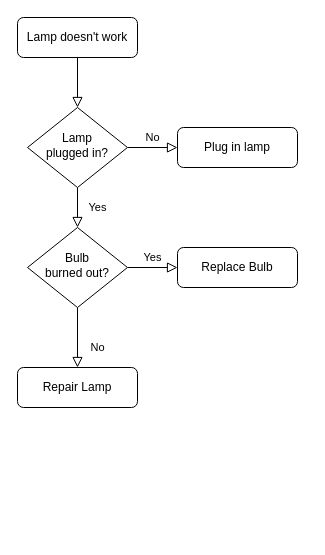
Lukasz2506/Drafts keeps this draw.io diagram as Diagram bez tytułu.drawio. Above is the earlier version. Source tidied: cells renumbered, new cells numbered last; positions are measured from the earlier drawing's top-left corner, leaving out a move shared by most shapes. Both pictures are drawn from the tidied source at 100%, with x=0, y=0 at pixel (17, 17).
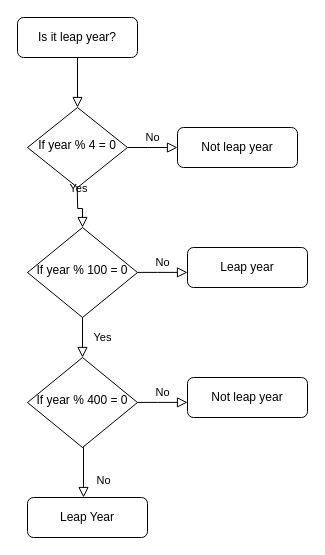
After the change.

Change to the diagram source:
```diff
@@
-    <mxCell id="3" value="Lamp doesn't work" style="rounded=1;whiteSpace=wrap;html=1;fontSize=12;glass=0;strokeWidth=1;shadow=0;" parent="1" vertex="1">
+    <mxCell id="3" value="Is it leap year?" style="rounded=1;whiteSpace=wrap;html=1;fontSize=12;glass=0;strokeWidth=1;shadow=0;" parent="1" vertex="1">
       <mxGeometry width="120" height="40" as="geometry" />
     </mxCell>
-    <mxCell id="4" value="Yes" style="rounded=0;html=1;jettySize=auto;fontSize=11;endArrow=block;endFill=0;endSize=8;strokeWidth=1;shadow=0;labelBackgroundColor=none;edgeStyle=orthogonalEdgeStyle;" parent="1" edge="1" source="6" target="10">
-      <mxGeometry y="20" relative="1" as="geometry" />
-    </mxCell>
     <mxCell id="5" value="No" style="edgeStyle=orthogonalEdgeStyle;rounded=0;html=1;jettySize=auto;fontSize=11;endArrow=block;endFill=0;endSize=8;strokeWidth=1;shadow=0;labelBackgroundColor=none;" parent="1" edge="1" source="6" target="7">
-      <mxGeometry y="10" relative="1" as="geometry" />
+      <mxGeometry y="10" relative="1" as="geometry">
+        <Array as="points">
+          <mxPoint x="130" y="130" />
+          <mxPoint x="130" y="130" />
+        </Array>
+      </mxGeometry>
     </mxCell>
-    <mxCell id="6" value="Lamp&lt;br&gt;plugged in?" style="rhombus;whiteSpace=wrap;html=1;shadow=0;fontFamily=Helvetica;fontSize=12;align=center;strokeWidth=1;spacing=6;spacingTop=-4;" parent="1" vertex="1">
+    <mxCell id="6" value="If year % 4 = 0" style="rhombus;whiteSpace=wrap;html=1;shadow=0;fontFamily=Helvetica;fontSize=12;align=center;strokeWidth=1;spacing=6;spacingTop=-4;" parent="1" vertex="1">
       <mxGeometry x="10" y="90" width="100" height="80" as="geometry" />
     </mxCell>
-    <mxCell id="7" value="Plug in lamp" style="rounded=1;whiteSpace=wrap;html=1;fontSize=12;glass=0;strokeWidth=1;shadow=0;" parent="1" vertex="1">
+    <mxCell id="7" value="Not leap year" style="rounded=1;whiteSpace=wrap;html=1;fontSize=12;glass=0;strokeWidth=1;shadow=0;" parent="1" vertex="1">
       <mxGeometry x="160" y="110" width="120" height="40" as="geometry" />
     </mxCell>
-    <mxCell id="8" value="No" style="rounded=0;html=1;jettySize=auto;fontSize=11;endArrow=block;endFill=0;endSize=8;strokeWidth=1;shadow=0;labelBackgroundColor=none;edgeStyle=orthogonalEdgeStyle;" parent="1" edge="1" source="10" target="11">
-      <mxGeometry x="0.33" y="20" relative="1" as="geometry" />
+    <mxCell id="8" value="No" style="rounded=0;html=1;jettySize=auto;fontSize=11;endArrow=block;endFill=0;endSize=8;strokeWidth=1;shadow=0;labelBackgroundColor=none;edgeStyle=orthogonalEdgeStyle;" parent="1" edge="1" target="11">
+      <mxGeometry x="0.33" y="20" relative="1" as="geometry">
+        <mxPoint x="65" y="430" as="sourcePoint" />
+        <Array as="points">
+          <mxPoint x="66" y="430" />
+        </Array>
+      </mxGeometry>
     </mxCell>
-    <mxCell id="9" value="Yes" style="edgeStyle=orthogonalEdgeStyle;rounded=0;html=1;jettySize=auto;fontSize=11;endArrow=block;endFill=0;endSize=8;strokeWidth=1;shadow=0;labelBackgroundColor=none;" parent="1" edge="1" source="10" target="12">
-      <mxGeometry y="10" relative="1" as="geometry" />
-    </mxCell>
-    <mxCell id="10" value="Bulb&lt;br&gt;burned out?" style="rhombus;whiteSpace=wrap;html=1;shadow=0;fontFamily=Helvetica;fontSize=12;align=center;strokeWidth=1;spacing=6;spacingTop=-4;" parent="1" vertex="1">
-      <mxGeometry x="10" y="210" width="100" height="80" as="geometry" />
+    <mxCell id="10" value="If year % 100 = 0" style="rhombus;whiteSpace=wrap;html=1;shadow=0;fontFamily=Helvetica;fontSize=12;align=center;strokeWidth=1;spacing=6;spacingTop=-4;" parent="1" vertex="1">
+      <mxGeometry x="10" y="210" width="110" height="90" as="geometry" />
     </mxCell>
-    <mxCell id="11" value="Repair Lamp" style="rounded=1;whiteSpace=wrap;html=1;fontSize=12;glass=0;strokeWidth=1;shadow=0;" parent="1" vertex="1">
-      <mxGeometry y="350" width="120" height="40" as="geometry" />
+    <mxCell id="11" value="Leap Year" style="rounded=1;whiteSpace=wrap;html=1;fontSize=12;glass=0;strokeWidth=1;shadow=0;" parent="1" vertex="1">
+      <mxGeometry x="10" y="480" width="120" height="40" as="geometry" />
     </mxCell>
-    <mxCell id="12" value="Replace Bulb" style="rounded=1;whiteSpace=wrap;html=1;fontSize=12;glass=0;strokeWidth=1;shadow=0;" parent="1" vertex="1">
-      <mxGeometry x="160" y="230" width="120" height="40" as="geometry" />
+    <mxCell id="12" value="Leap year" style="rounded=1;whiteSpace=wrap;html=1;fontSize=12;glass=0;strokeWidth=1;shadow=0;" parent="1" vertex="1">
+      <mxGeometry x="170" y="230" width="120" height="40" as="geometry" />
     </mxCell>
+    <mxCell id="13" value="Yes" style="rounded=0;html=1;jettySize=auto;fontSize=11;endArrow=block;endFill=0;endSize=8;strokeWidth=1;shadow=0;labelBackgroundColor=none;edgeStyle=orthogonalEdgeStyle;exitX=0.5;exitY=1;exitDx=0;exitDy=0;" parent="1" edge="1" source="10" target="14">
+      <mxGeometry y="20" relative="1" as="geometry" />
+    </mxCell>
+    <mxCell id="14" value="If year % 400 = 0" style="rhombus;whiteSpace=wrap;html=1;shadow=0;fontFamily=Helvetica;fontSize=12;align=center;strokeWidth=1;spacing=6;spacingTop=-4;" parent="1" vertex="1">
+      <mxGeometry x="10" y="340" width="110" height="90" as="geometry" />
+    </mxCell>
+    <mxCell id="15" value="Not leap year" style="rounded=1;whiteSpace=wrap;html=1;fontSize=12;glass=0;strokeWidth=1;shadow=0;" parent="1" vertex="1">
+      <mxGeometry x="170" y="360" width="120" height="40" as="geometry" />
+    </mxCell>
+    <mxCell id="16" value="No" style="edgeStyle=orthogonalEdgeStyle;rounded=0;html=1;jettySize=auto;orthogonalLoop=1;fontSize=11;endArrow=block;endFill=0;endSize=8;strokeWidth=1;shadow=0;labelBackgroundColor=none;" parent="1" edge="1">
+      <mxGeometry y="10" relative="1" as="geometry">
+        <mxPoint x="120" y="254.9" as="sourcePoint" />
+        <mxPoint x="170" y="254.9" as="targetPoint" />
+        <Array as="points">
+          <mxPoint x="140" y="254.9" />
+          <mxPoint x="140" y="254.9" />
+        </Array>
+      </mxGeometry>
+    </mxCell>
+    <mxCell id="17" value="No" style="edgeStyle=orthogonalEdgeStyle;rounded=0;html=1;jettySize=auto;orthogonalLoop=1;fontSize=11;endArrow=block;endFill=0;endSize=8;strokeWidth=1;shadow=0;labelBackgroundColor=none;" parent="1" edge="1">
+      <mxGeometry y="10" relative="1" as="geometry">
+        <mxPoint x="120" y="384.9" as="sourcePoint" />
+        <mxPoint x="170" y="384.9" as="targetPoint" />
+        <Array as="points">
+          <mxPoint x="140" y="384.9" />
+          <mxPoint x="140" y="384.9" />
+        </Array>
+      </mxGeometry>
+    </mxCell>
+    <mxCell id="18" value="Yes" style="rounded=0;html=1;jettySize=auto;fontSize=11;endArrow=block;endFill=0;endSize=8;strokeWidth=1;shadow=0;labelBackgroundColor=none;edgeStyle=orthogonalEdgeStyle;exitX=0.5;exitY=1;exitDx=0;exitDy=0;entryX=0.5;entryY=0;entryDx=0;entryDy=0;" parent="1" edge="1" target="10">
+      <mxGeometry y="20" relative="1" as="geometry">
+        <mxPoint x="59.7" y="170" as="sourcePoint" />
+      </mxGeometry>
+    </mxCell>
```
